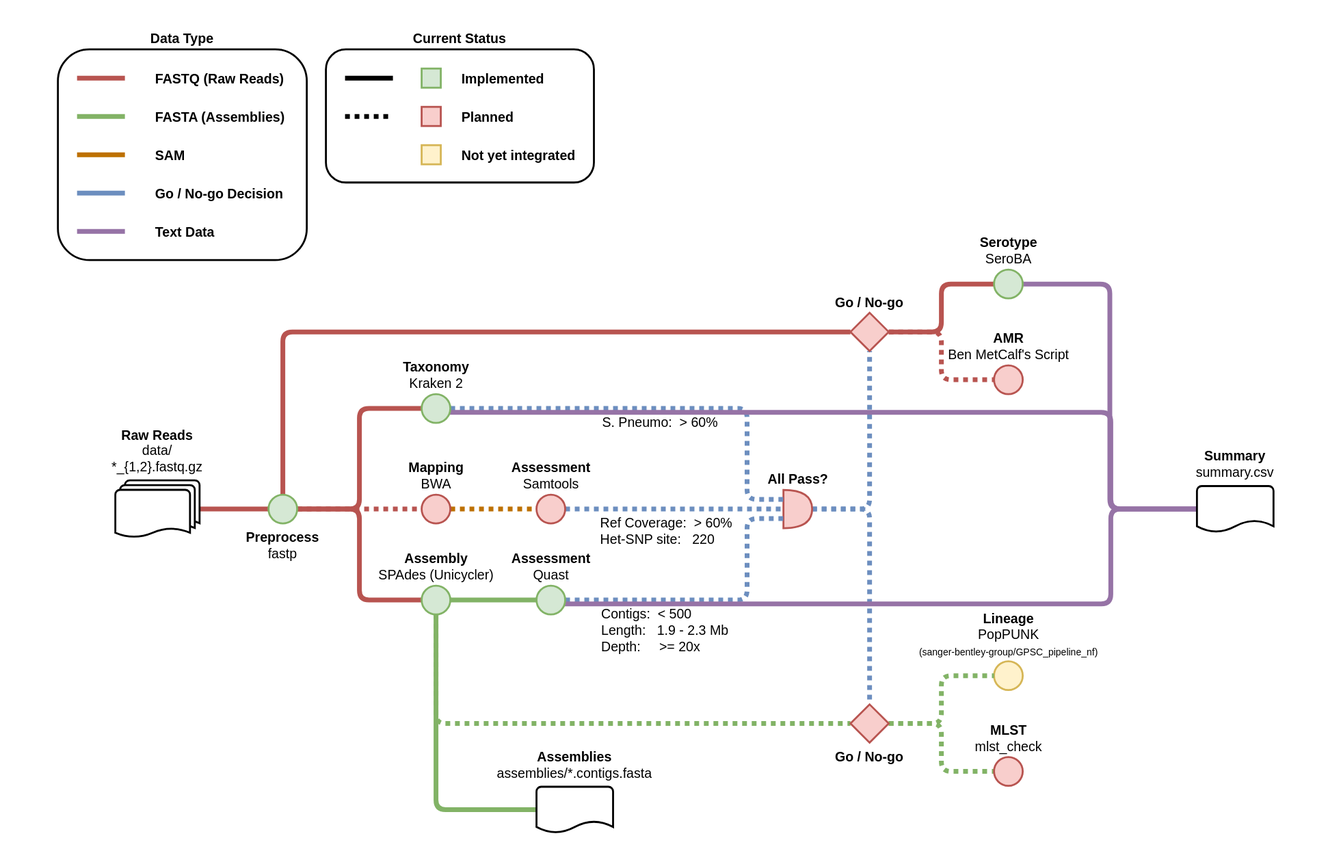
Above: doc/workflow.drawio.svg in sanger-bentley-group/gps-pipeline (draw.io), before the change. Source tidied: cells renumbered, new cells last; positions are measured from the earlier drawing's top-left corner, leaving out a move shared by most shapes.
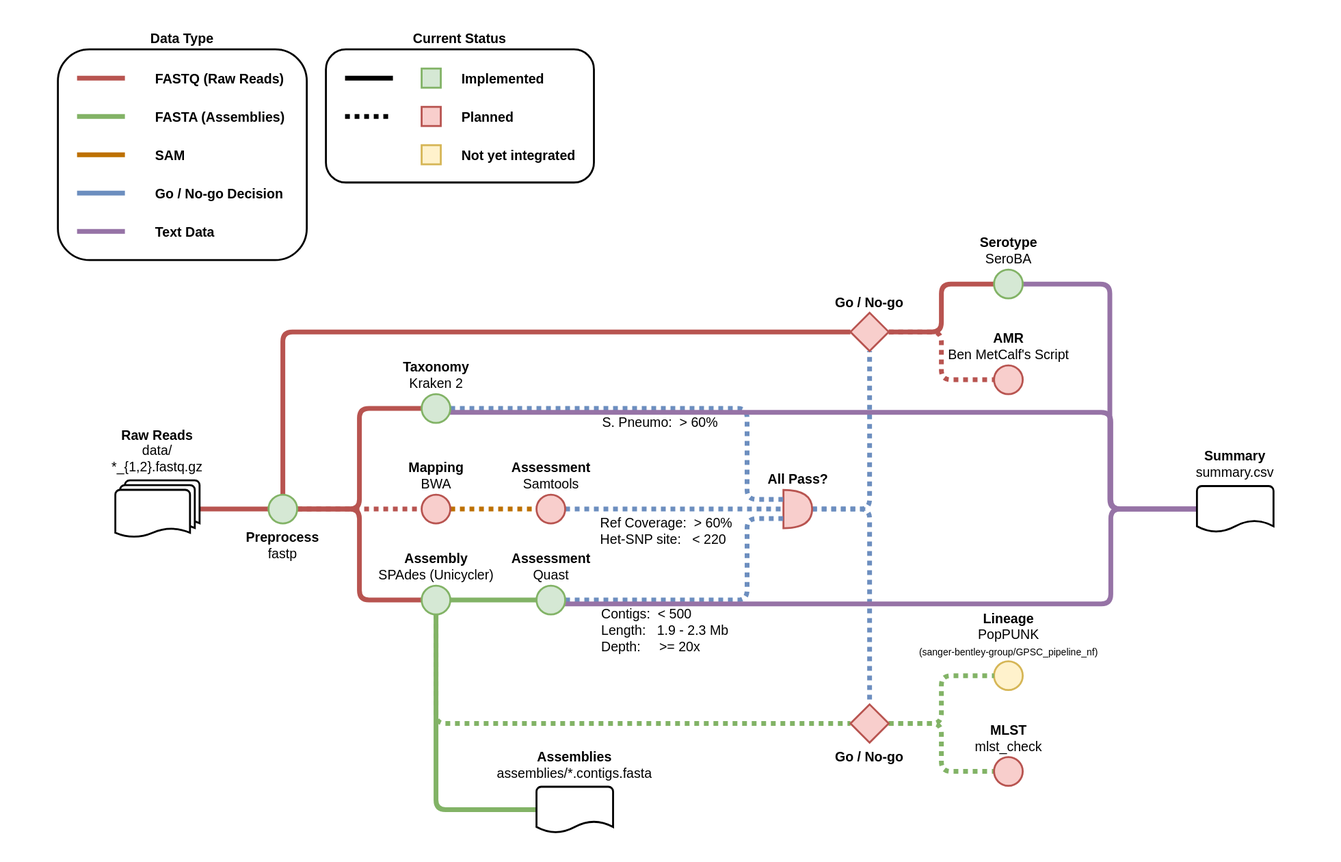
Later version of the same file.

Commit message:
Correct parameter of Het-SNP sites

Change to the diagram source:
```diff
@@ -141,7 +141,7 @@
     <mxCell id="33" style="edgeStyle=orthogonalEdgeStyle;rounded=1;jettySize=auto;html=1;entryX=0;entryY=0.5;entryDx=0;entryDy=0;entryPerimeter=0;strokeWidth=5;startArrow=none;startFill=0;endArrow=none;endFill=0;startSize=20;fillColor=#dae8fc;strokeColor=#6c8ebf;dashed=1;dashPattern=1 1;" parent="1" edge="1" source="35" target="20">
       <mxGeometry relative="1" as="geometry" />
     </mxCell>
-    <mxCell id="34" value="Ref Coverage:  &gt; 60%&#10;Het-SNP site:   220" style="edgeLabel;align=left;verticalAlign=top;labelBackgroundColor=none;rounded=1;fontSize=14;" parent="33" vertex="1">
+    <mxCell id="34" value="Ref Coverage:  &gt; 60%&#10;Het-SNP site:   &lt; 220" style="edgeLabel;align=left;verticalAlign=top;labelBackgroundColor=none;rounded=1;fontSize=14;" parent="33" vertex="1">
       <mxGeometry x="-0.18" y="-3" relative="1" as="geometry">
         <mxPoint x="-59" y="-3" as="offset" />
       </mxGeometry>
```
